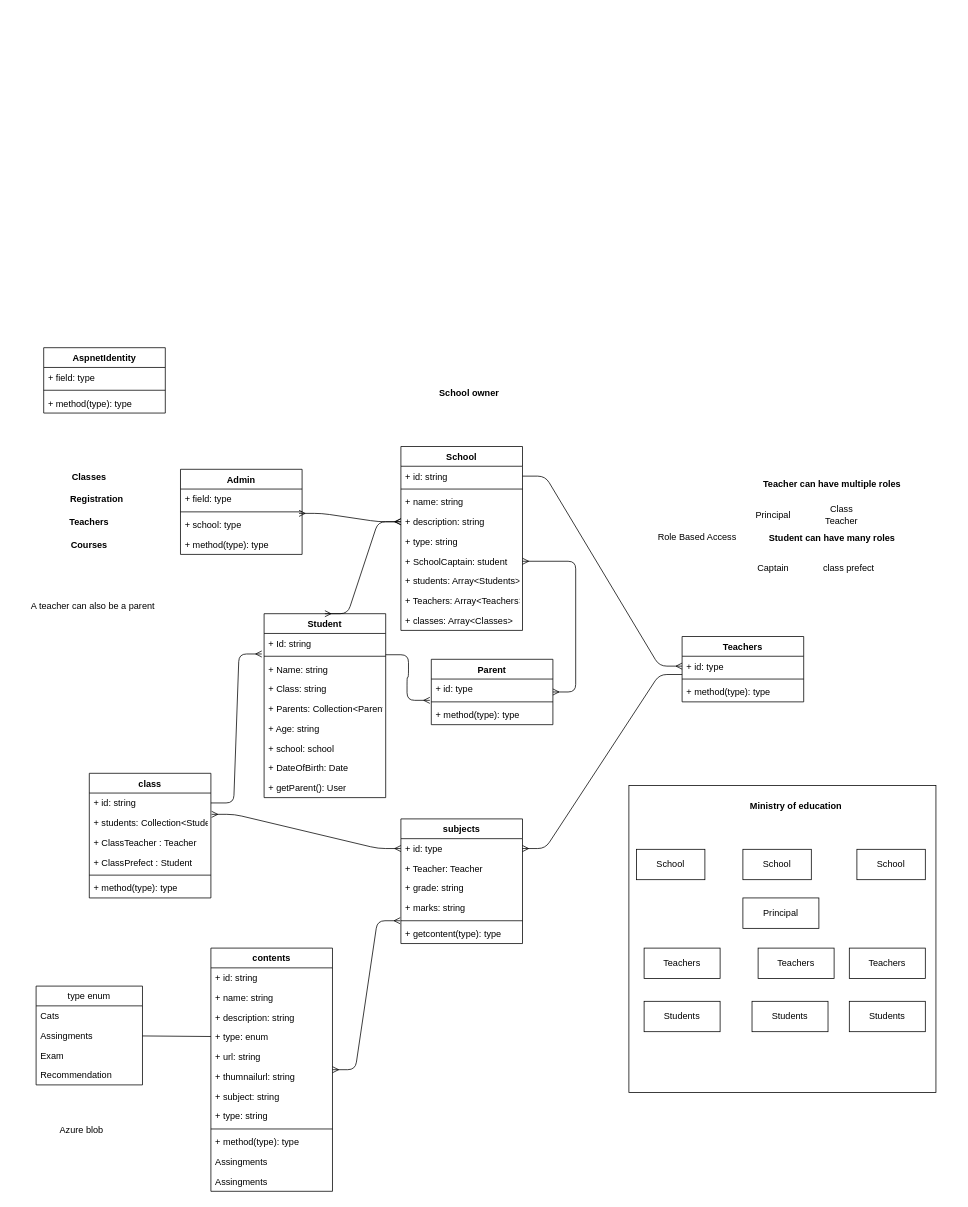
Before: drawio.drawio in eduuh/razorpages, a draw.io diagram. Source tidied: cells renumbered, new cells numbered last; positions are measured from the earlier drawing's top-left corner, leaving out a move shared by most shapes. Both pictures are drawn from the tidied source at 76%, with x=0, y=0 at pixel (13, 347).
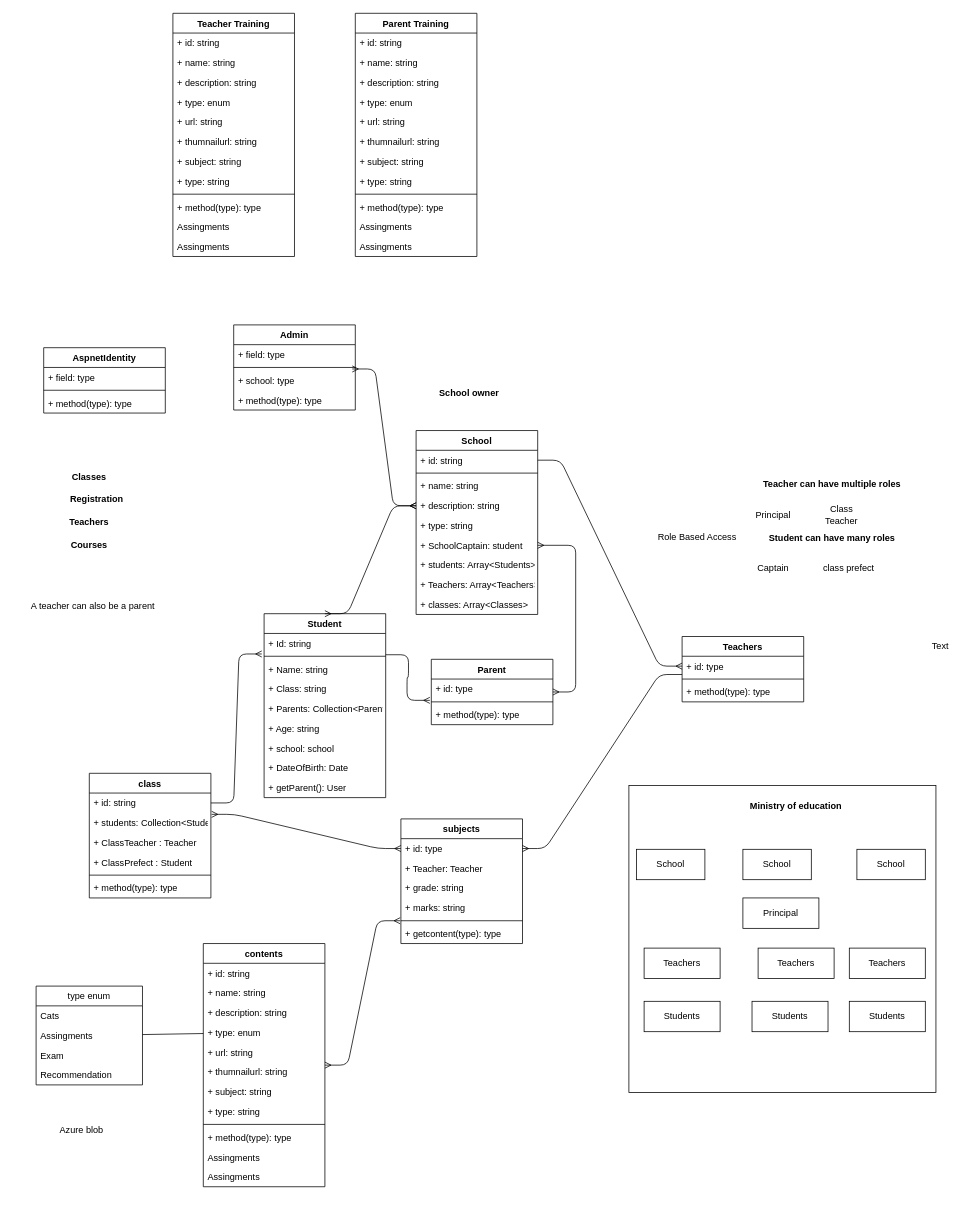
The same page after the edit.

What changed in the source:
```diff
@@
     <mxCell id="40" value="contents" style="swimlane;fontStyle=1;align=center;verticalAlign=top;horizontal=1;startSize=26;" parent="1" vertex="1">
-      <mxGeometry x="260" y="790" width="160" height="320" as="geometry" />
+      <mxGeometry x="250" y="784" width="160" height="320" as="geometry" />
     </mxCell>
@@
     <mxCell id="57" value="Admin" style="swimlane;fontStyle=1;align=center;verticalAlign=top;horizontal=1;startSize=26;" parent="1" vertex="1">
-      <mxGeometry x="220" y="160" width="160" height="112" as="geometry" />
+      <mxGeometry x="290" y="-30" width="160" height="112" as="geometry" />
     </mxCell>
@@
     <mxCell id="63" value="School" style="swimlane;fontStyle=1;align=center;verticalAlign=top;horizontal=1;startSize=26;" parent="1" vertex="1">
-      <mxGeometry x="510" y="130" width="160" height="242" as="geometry" />
+      <mxGeometry x="530" y="109" width="160" height="242" as="geometry" />
     </mxCell>
@@
+    <mxCell id="107" value="Teacher Training" style="swimlane;fontStyle=1;align=center;verticalAlign=top;horizontal=1;startSize=26;" parent="1" vertex="1">
+      <mxGeometry x="210" y="-440" width="160" height="320" as="geometry" />
+    </mxCell>
+    <mxCell id="108" value="+ id: string" style="text;strokeColor=none;fillColor=none;align=left;verticalAlign=top;spacingLeft=4;spacingRight=4;overflow=hidden;" parent="107" vertex="1">
+      <mxGeometry y="26" width="160" height="26" as="geometry" />
+    </mxCell>
+    <mxCell id="109" value="+ name: string" style="text;strokeColor=none;fillColor=none;align=left;verticalAlign=top;spacingLeft=4;spacingRight=4;overflow=hidden;" parent="107" vertex="1">
+      <mxGeometry y="52" width="160" height="26" as="geometry" />
+    </mxCell>
+    <mxCell id="110" value="+ description: string" style="text;strokeColor=none;fillColor=none;align=left;verticalAlign=top;spacingLeft=4;spacingRight=4;overflow=hidden;" parent="107" vertex="1">
+      <mxGeometry y="78" width="160" height="26" as="geometry" />
+    </mxCell>
+    <mxCell id="111" value="+ type: enum" style="text;strokeColor=none;fillColor=none;align=left;verticalAlign=top;spacingLeft=4;spacingRight=4;overflow=hidden;" parent="107" vertex="1">
+      <mxGeometry y="104" width="160" height="26" as="geometry" />
+    </mxCell>
+    <mxCell id="112" value="+ url: string" style="text;strokeColor=none;fillColor=none;align=left;verticalAlign=top;spacingLeft=4;spacingRight=4;overflow=hidden;" parent="107" vertex="1">
+      <mxGeometry y="130" width="160" height="26" as="geometry" />
+    </mxCell>
+    <mxCell id="113" value="+ thumnailurl: string" style="text;strokeColor=none;fillColor=none;align=left;verticalAlign=top;spacingLeft=4;spacingRight=4;overflow=hidden;" parent="107" vertex="1">
+      <mxGeometry y="156" width="160" height="26" as="geometry" />
+    </mxCell>
+    <mxCell id="114" value="+ subject: string" style="text;strokeColor=none;fillColor=none;align=left;verticalAlign=top;spacingLeft=4;spacingRight=4;overflow=hidden;" parent="107" vertex="1">
+      <mxGeometry y="182" width="160" height="26" as="geometry" />
+    </mxCell>
+    <mxCell id="115" value="+ type: string" style="text;strokeColor=none;fillColor=none;align=left;verticalAlign=top;spacingLeft=4;spacingRight=4;overflow=hidden;" parent="107" vertex="1">
+      <mxGeometry y="208" width="160" height="26" as="geometry" />
+    </mxCell>
+    <mxCell id="116" style="line;strokeWidth=1;fillColor=none;align=left;verticalAlign=middle;spacingTop=-1;spacingLeft=3;spacingRight=3;labelPosition=right;" parent="107" vertex="1">
+      <mxGeometry y="234" width="160" height="8" as="geometry" />
+    </mxCell>
+    <mxCell id="117" value="+ method(type): type" style="text;strokeColor=none;fillColor=none;align=left;verticalAlign=top;spacingLeft=4;spacingRight=4;overflow=hidden;" parent="107" vertex="1">
+      <mxGeometry y="242" width="160" height="26" as="geometry" />
+    </mxCell>
+    <mxCell id="118" value="Assingments" style="text;strokeColor=none;fillColor=none;align=left;verticalAlign=top;spacingLeft=4;spacingRight=4;overflow=hidden;" parent="107" vertex="1">
+      <mxGeometry y="268" width="160" height="26" as="geometry" />
+    </mxCell>
+    <mxCell id="119" value="Assingments" style="text;strokeColor=none;fillColor=none;align=left;verticalAlign=top;spacingLeft=4;spacingRight=4;overflow=hidden;" parent="107" vertex="1">
+      <mxGeometry y="294" width="160" height="26" as="geometry" />
+    </mxCell>
+    <mxCell id="120" value="Parent Training" style="swimlane;fontStyle=1;align=center;verticalAlign=top;horizontal=1;startSize=26;" parent="1" vertex="1">
+      <mxGeometry x="450" y="-440" width="160" height="320" as="geometry" />
+    </mxCell>
+    <mxCell id="121" value="+ id: string" style="text;strokeColor=none;fillColor=none;align=left;verticalAlign=top;spacingLeft=4;spacingRight=4;overflow=hidden;" parent="120" vertex="1">
+      <mxGeometry y="26" width="160" height="26" as="geometry" />
+    </mxCell>
+    <mxCell id="122" value="+ name: string" style="text;strokeColor=none;fillColor=none;align=left;verticalAlign=top;spacingLeft=4;spacingRight=4;overflow=hidden;" parent="120" vertex="1">
+      <mxGeometry y="52" width="160" height="26" as="geometry" />
+    </mxCell>
+    <mxCell id="123" value="+ description: string" style="text;strokeColor=none;fillColor=none;align=left;verticalAlign=top;spacingLeft=4;spacingRight=4;overflow=hidden;" parent="120" vertex="1">
+      <mxGeometry y="78" width="160" height="26" as="geometry" />
+    </mxCell>
+    <mxCell id="124" value="+ type: enum" style="text;strokeColor=none;fillColor=none;align=left;verticalAlign=top;spacingLeft=4;spacingRight=4;overflow=hidden;" parent="120" vertex="1">
+      <mxGeometry y="104" width="160" height="26" as="geometry" />
+    </mxCell>
+    <mxCell id="125" value="+ url: string" style="text;strokeColor=none;fillColor=none;align=left;verticalAlign=top;spacingLeft=4;spacingRight=4;overflow=hidden;" parent="120" vertex="1">
+      <mxGeometry y="130" width="160" height="26" as="geometry" />
+    </mxCell>
+    <mxCell id="126" value="+ thumnailurl: string" style="text;strokeColor=none;fillColor=none;align=left;verticalAlign=top;spacingLeft=4;spacingRight=4;overflow=hidden;" parent="120" vertex="1">
+      <mxGeometry y="156" width="160" height="26" as="geometry" />
+    </mxCell>
+    <mxCell id="127" value="+ subject: string" style="text;strokeColor=none;fillColor=none;align=left;verticalAlign=top;spacingLeft=4;spacingRight=4;overflow=hidden;" parent="120" vertex="1">
+      <mxGeometry y="182" width="160" height="26" as="geometry" />
+    </mxCell>
+    <mxCell id="128" value="+ type: string" style="text;strokeColor=none;fillColor=none;align=left;verticalAlign=top;spacingLeft=4;spacingRight=4;overflow=hidden;" parent="120" vertex="1">
+      <mxGeometry y="208" width="160" height="26" as="geometry" />
+    </mxCell>
+    <mxCell id="129" style="line;strokeWidth=1;fillColor=none;align=left;verticalAlign=middle;spacingTop=-1;spacingLeft=3;spacingRight=3;labelPosition=right;" parent="120" vertex="1">
+      <mxGeometry y="234" width="160" height="8" as="geometry" />
+    </mxCell>
+    <mxCell id="130" value="+ method(type): type" style="text;strokeColor=none;fillColor=none;align=left;verticalAlign=top;spacingLeft=4;spacingRight=4;overflow=hidden;" parent="120" vertex="1">
+      <mxGeometry y="242" width="160" height="26" as="geometry" />
+    </mxCell>
+    <mxCell id="131" value="Assingments" style="text;strokeColor=none;fillColor=none;align=left;verticalAlign=top;spacingLeft=4;spacingRight=4;overflow=hidden;" parent="120" vertex="1">
+      <mxGeometry y="268" width="160" height="26" as="geometry" />
+    </mxCell>
+    <mxCell id="132" value="Assingments" style="text;strokeColor=none;fillColor=none;align=left;verticalAlign=top;spacingLeft=4;spacingRight=4;overflow=hidden;" parent="120" vertex="1">
+      <mxGeometry y="294" width="160" height="26" as="geometry" />
+    </mxCell>
+    <mxCell id="133" value="Text" style="text;html=1;strokeColor=none;fillColor=none;align=center;verticalAlign=middle;whiteSpace=wrap;rounded=0;" parent="1" vertex="1">
+      <mxGeometry x="1200" y="390" width="40" height="6" as="geometry" />
+    </mxCell>
```
